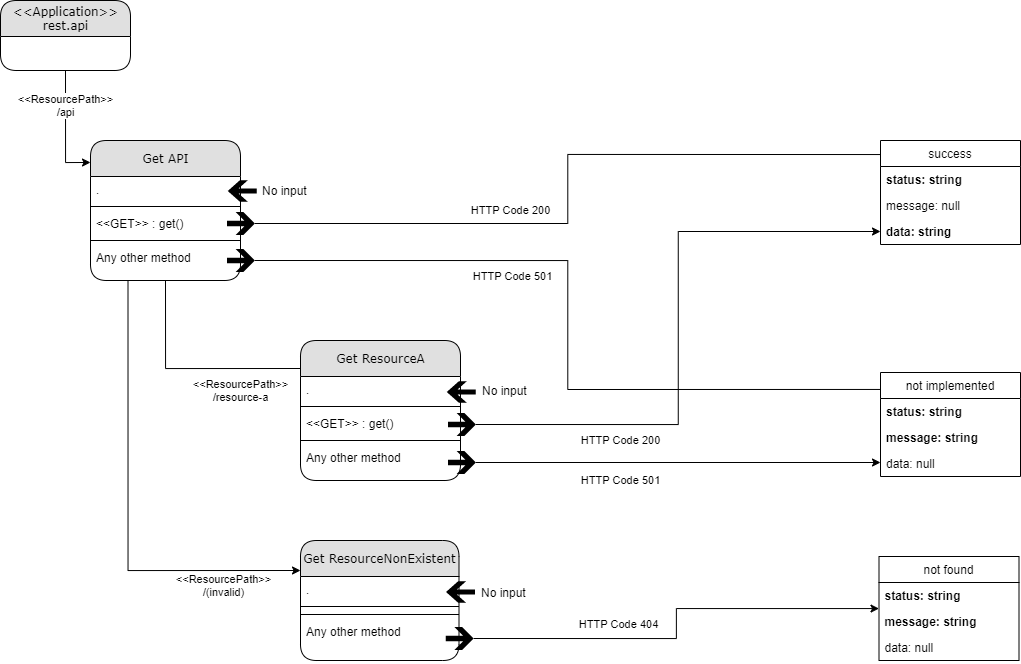
The draw.io diagram rest-api/documents/restapi-logic-diagram.png in MariMendM/cpp-sandbox, before a commit. Source tidied: cells renumbered, new cells last; positions are measured from the earlier drawing's top-left corner, leaving out a move shared by most shapes.
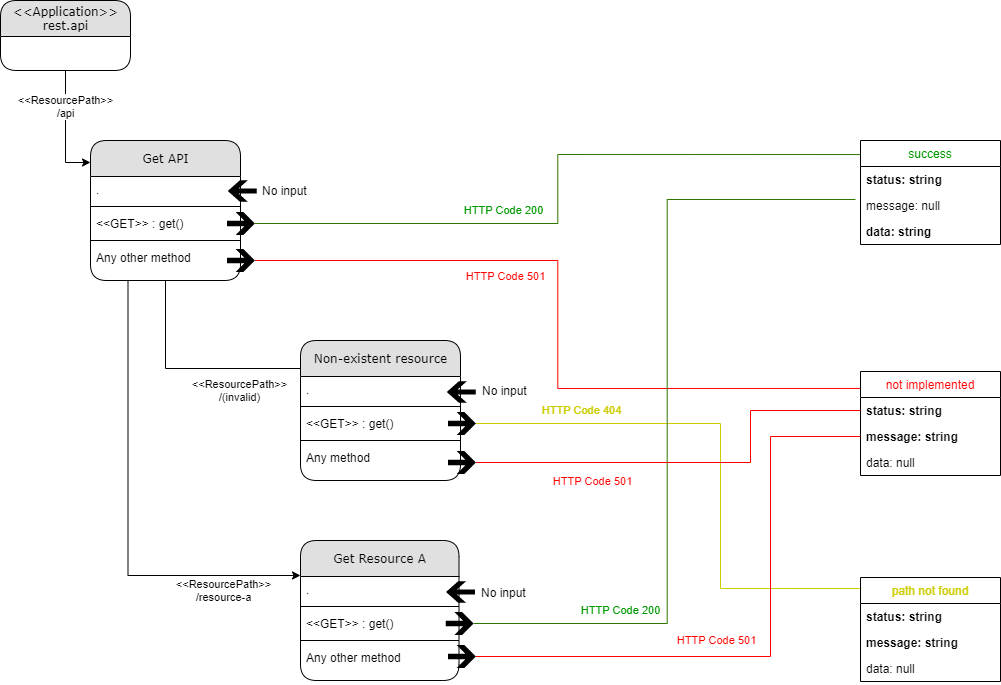
Above is the later version.

Commit message:
Fix of rest logic diagram (also added color)

The edit, as a diff of the source:
```diff
@@ -8,11 +8,11 @@
     <mxCell id="3" value="&amp;lt;&amp;lt;Application&amp;gt;&amp;gt;&lt;br&gt;rest.api" style="swimlane;html=1;fontStyle=0;horizontal=1;startSize=36;fillColor=#e0e0e0;swimlaneFillColor=#ffffff;align=center;rounded=1;shadow=0;comic=0;labelBackgroundColor=none;strokeWidth=1;fontFamily=Verdana;fontSize=12;" parent="1" vertex="1">
       <mxGeometry width="130" height="70" as="geometry" />
     </mxCell>
-    <mxCell id="4" value="HTTP Code 200" style="edgeStyle=orthogonalEdgeStyle;rounded=0;jettySize=auto;html=1;exitX=0.5;exitY=1;exitDx=0;exitDy=0;exitPerimeter=0;startArrow=none;endArrow=none;endFill=0;startFill=0;entryX=0;entryY=0.135;entryDx=0;entryDy=0;entryPerimeter=0;" parent="1" edge="1" source="37" target="5">
+    <mxCell id="4" value="HTTP Code 200" style="edgeStyle=orthogonalEdgeStyle;rounded=0;jettySize=auto;html=1;exitX=0.5;exitY=1;exitDx=0;exitDy=0;exitPerimeter=0;startArrow=none;endArrow=none;endFill=0;startFill=0;entryX=0;entryY=0.135;entryDx=0;entryDy=0;entryPerimeter=0;fillColor=#60a917;strokeColor=#2D7600;fontColor=#009900;" parent="1" edge="1" source="37" target="5">
       <mxGeometry x="-0.26" y="13" relative="1" as="geometry" />
     </mxCell>
-    <mxCell id="5" value="success" style="swimlane;fontStyle=0;horizontal=1;startSize=26;fillColor=none;" parent="1" vertex="1">
-      <mxGeometry x="880" y="140" width="140" height="104" as="geometry" />
+    <mxCell id="5" value="success" style="swimlane;fontStyle=0;horizontal=1;startSize=26;fillColor=none;fontColor=#009900;" parent="1" vertex="1">
+      <mxGeometry x="860" y="140" width="140" height="104" as="geometry" />
     </mxCell>
     <mxCell id="6" value="status: string" style="text;strokeColor=none;fillColor=none;align=left;verticalAlign=top;spacingLeft=4;spacingRight=4;overflow=hidden;fontStyle=1;" parent="5" vertex="1">
       <mxGeometry y="26" width="140" height="26" as="geometry" />
@@ -23,12 +23,12 @@
     <mxCell id="8" value="data: string" style="text;strokeColor=none;fillColor=none;align=left;verticalAlign=top;spacingLeft=4;spacingRight=4;overflow=hidden;points=[[0,0.5],[1,0.5]];portConstraint=eastwest;fontStyle=1;" parent="5" vertex="1">
       <mxGeometry y="78" width="140" height="26" as="geometry" />
     </mxCell>
-    <mxCell id="9" value="&amp;lt;&amp;lt;ResourcePath&amp;gt;&amp;gt;&lt;br&gt;/resource-a" style="edgeStyle=orthogonalEdgeStyle;rounded=0;jettySize=auto;html=1;exitX=0.5;exitY=1;exitDx=0;exitDy=0;entryX=0;entryY=0.2;entryDx=0;entryDy=0;startArrow=none;startFill=0;endArrow=none;endFill=0;entryPerimeter=0;" parent="1" edge="1" source="11" target="22">
+    <mxCell id="9" value="&amp;lt;&amp;lt;ResourcePath&amp;gt;&amp;gt;&lt;br&gt;/(invalid)" style="edgeStyle=orthogonalEdgeStyle;rounded=0;jettySize=auto;html=1;exitX=0.5;exitY=1;exitDx=0;exitDy=0;entryX=0;entryY=0.2;entryDx=0;entryDy=0;startArrow=none;startFill=0;endArrow=none;endFill=0;entryPerimeter=0;" parent="1" edge="1" source="11" target="22">
       <mxGeometry x="0.46" y="-22" relative="1" as="geometry">
         <mxPoint x="-1" as="offset" />
       </mxGeometry>
     </mxCell>
-    <mxCell id="10" value="&amp;lt;&amp;lt;ResourcePath&amp;gt;&amp;gt;&lt;br&gt;/(invalid)" style="edgeStyle=orthogonalEdgeStyle;rounded=0;jettySize=auto;html=1;entryX=0;entryY=0.25;entryDx=0;entryDy=0;exitX=0.25;exitY=1;exitDx=0;exitDy=0;" parent="1" edge="1" source="11" target="28">
+    <mxCell id="10" value="&amp;lt;&amp;lt;ResourcePath&amp;gt;&amp;gt;&lt;br&gt;/resource-a" style="edgeStyle=orthogonalEdgeStyle;rounded=0;jettySize=auto;html=1;entryX=0;entryY=0.25;entryDx=0;entryDy=0;exitX=0.25;exitY=1;exitDx=0;exitDy=0;" parent="1" edge="1" source="11" target="28">
       <mxGeometry x="0.67" y="-15" relative="1" as="geometry" />
     </mxCell>
     <mxCell id="11" value="Get API" style="swimlane;html=1;fontStyle=0;horizontal=1;startSize=36;fillColor=#e0e0e0;swimlaneFillColor=#ffffff;align=center;rounded=1;shadow=0;comic=0;labelBackgroundColor=none;strokeWidth=1;fontFamily=Verdana;fontSize=12;" parent="1" vertex="1">
@@ -49,11 +49,11 @@
     <mxCell id="16" value="Any other method" style="text;strokeColor=none;fillColor=none;align=left;verticalAlign=top;spacingLeft=4;spacingRight=4;overflow=hidden;" parent="11" vertex="1">
       <mxGeometry y="104" width="150" height="26" as="geometry" />
     </mxCell>
-    <mxCell id="17" value="HTTP Code 501" style="edgeStyle=orthogonalEdgeStyle;rounded=0;jettySize=auto;html=1;exitX=0.5;exitY=1;exitDx=0;exitDy=0;exitPerimeter=0;startArrow=none;startFill=0;endArrow=none;endFill=0;entryX=0;entryY=0.163;entryDx=0;entryDy=0;entryPerimeter=0;" parent="1" edge="1" source="38" target="18">
+    <mxCell id="17" value="HTTP Code 501" style="edgeStyle=orthogonalEdgeStyle;rounded=0;jettySize=auto;html=1;exitX=0.5;exitY=1;exitDx=0;exitDy=0;exitPerimeter=0;startArrow=none;startFill=0;endArrow=none;endFill=0;entryX=0;entryY=0.163;entryDx=0;entryDy=0;entryPerimeter=0;fillColor=#e51400;fontColor=#FF0000;strokeColor=#FF0000;" parent="1" edge="1" source="38" target="18">
       <mxGeometry x="-0.32" y="-16" relative="1" as="geometry" />
     </mxCell>
-    <mxCell id="18" value="not implemented" style="swimlane;fontStyle=0;horizontal=1;startSize=26;fillColor=none;" parent="1" vertex="1">
-      <mxGeometry x="880" y="372" width="140" height="104" as="geometry" />
+    <mxCell id="18" value="not implemented" style="swimlane;fontStyle=0;horizontal=1;startSize=26;fillColor=none;fontColor=#FF0000;" parent="1" vertex="1">
+      <mxGeometry x="860" y="371" width="140" height="104" as="geometry" />
     </mxCell>
     <mxCell id="19" value="status: string" style="text;strokeColor=none;fillColor=none;align=left;verticalAlign=top;spacingLeft=4;spacingRight=4;overflow=hidden;points=[[0,0.5],[1,0.5]];portConstraint=eastwest;fontStyle=1;" parent="18" vertex="1">
       <mxGeometry y="26" width="140" height="26" as="geometry" />
@@ -64,7 +64,7 @@
     <mxCell id="21" value="data: null" style="text;strokeColor=none;fillColor=none;align=left;verticalAlign=top;spacingLeft=4;spacingRight=4;overflow=hidden;" parent="18" vertex="1">
       <mxGeometry y="78" width="140" height="26" as="geometry" />
     </mxCell>
-    <mxCell id="22" value="Get ResourceA" style="swimlane;html=1;fontStyle=0;horizontal=1;startSize=36;fillColor=#e0e0e0;swimlaneFillColor=#ffffff;align=center;rounded=1;shadow=0;comic=0;labelBackgroundColor=none;strokeWidth=1;fontFamily=Verdana;fontSize=12;" parent="1" vertex="1">
+    <mxCell id="22" value="Non-existent resource" style="swimlane;html=1;fontStyle=0;horizontal=1;startSize=36;fillColor=#e0e0e0;swimlaneFillColor=#ffffff;align=center;rounded=1;shadow=0;comic=0;labelBackgroundColor=none;strokeWidth=1;fontFamily=Verdana;fontSize=12;" parent="1" vertex="1">
       <mxGeometry x="300" y="340" width="160" height="140" as="geometry" />
     </mxCell>
     <mxCell id="23" value="." style="text;strokeColor=none;fillColor=none;align=left;verticalAlign=top;spacingLeft=4;spacingRight=4;overflow=hidden;" parent="22" vertex="1">
@@ -79,11 +79,11 @@
     <mxCell id="26" style="line;strokeWidth=1;fillColor=none;align=left;verticalAlign=middle;spacingTop=-1;spacingLeft=3;spacingRight=3;labelPosition=right;" parent="22" vertex="1">
       <mxGeometry y="96" width="160" height="8" as="geometry" />
     </mxCell>
-    <mxCell id="27" value="Any other method" style="text;strokeColor=none;fillColor=none;align=left;verticalAlign=top;spacingLeft=4;spacingRight=4;overflow=hidden;" parent="22" vertex="1">
+    <mxCell id="27" value="Any method" style="text;strokeColor=none;fillColor=none;align=left;verticalAlign=top;spacingLeft=4;spacingRight=4;overflow=hidden;" parent="22" vertex="1">
       <mxGeometry y="104" width="160" height="26" as="geometry" />
     </mxCell>
-    <mxCell id="28" value="Get ResourceNonExistent" style="swimlane;html=1;fontStyle=0;horizontal=1;startSize=36;fillColor=#e0e0e0;swimlaneFillColor=#ffffff;align=center;rounded=1;shadow=0;comic=0;labelBackgroundColor=none;strokeWidth=1;fontFamily=Verdana;fontSize=12;" parent="1" vertex="1">
-      <mxGeometry x="300" y="540" width="158.5" height="120" as="geometry" />
+    <mxCell id="28" value="Get Resource A" style="swimlane;html=1;fontStyle=0;horizontal=1;startSize=36;fillColor=#e0e0e0;swimlaneFillColor=#ffffff;align=center;rounded=1;shadow=0;comic=0;labelBackgroundColor=none;strokeWidth=1;fontFamily=Verdana;fontSize=12;" parent="1" vertex="1">
+      <mxGeometry x="300" y="540" width="158.5" height="140" as="geometry" />
     </mxCell>
     <mxCell id="29" value="." style="text;strokeColor=none;fillColor=none;align=left;verticalAlign=top;spacingLeft=4;spacingRight=4;overflow=hidden;" parent="28" vertex="1">
       <mxGeometry y="36" width="158.5" height="26" as="geometry" />
@@ -91,20 +91,31 @@
     <mxCell id="30" style="line;strokeWidth=1;fillColor=none;align=left;verticalAlign=middle;spacingTop=-1;spacingLeft=3;spacingRight=3;labelPosition=right;" parent="28" vertex="1">
       <mxGeometry y="62" width="158.5" height="8" as="geometry" />
     </mxCell>
+    <mxCell id="51" value="&lt;&lt;GET&gt;&gt; : get()" style="text;strokeColor=none;fillColor=none;align=left;verticalAlign=top;spacingLeft=4;spacingRight=4;overflow=hidden;" parent="28" vertex="1">
+      <mxGeometry y="70" width="158.5" height="26" as="geometry" />
+    </mxCell>
     <mxCell id="31" style="line;strokeWidth=1;fillColor=none;align=left;verticalAlign=middle;spacingTop=-1;spacingLeft=3;spacingRight=3;labelPosition=right;" parent="28" vertex="1">
-      <mxGeometry y="70" width="158.5" height="8" as="geometry" />
+      <mxGeometry y="96" width="158.5" height="8" as="geometry" />
     </mxCell>
     <mxCell id="32" value="Any other method" style="text;strokeColor=none;fillColor=none;align=left;verticalAlign=top;spacingLeft=4;spacingRight=4;overflow=hidden;" parent="28" vertex="1">
-      <mxGeometry y="78" width="158.5" height="26" as="geometry" />
+      <mxGeometry y="104" width="158.5" height="26" as="geometry" />
     </mxCell>
     <mxCell id="33" style="shape=mxgraph.signs.travel.arrow_north;html=1;fillColor=#000000;strokeColor=none;verticalLabelPosition=bottom;verticalAlign=top;align=center;rotation=-90;" parent="1" vertex="1">
       <mxGeometry x="449.2" y="577" width="21.5" height="29" as="geometry" />
     </mxCell>
-    <mxCell id="34" value="HTTP Code 404" style="edgeStyle=orthogonalEdgeStyle;rounded=0;jettySize=auto;html=1;exitX=0.5;exitY=1;exitDx=0;exitDy=0;exitPerimeter=0;" parent="1" edge="1" source="35" target="44">
-      <mxGeometry x="-0.34" y="14" relative="1" as="geometry" />
+    <mxCell id="34" value="HTTP Code 404" style="edgeStyle=orthogonalEdgeStyle;rounded=0;jettySize=auto;html=1;exitX=0.5;exitY=1;exitDx=0;exitDy=0;exitPerimeter=0;entryX=0.007;entryY=0.106;entryDx=0;entryDy=0;fillColor=#ffe6cc;fontColor=#CCCC00;strokeColor=#CCCC00;entryPerimeter=0;endArrow=none;endFill=0;" parent="1" edge="1" source="55" target="44">
+      <mxGeometry x="-0.62" y="13" relative="1" as="geometry">
+        <Array as="points">
+          <mxPoint x="720" y="423" />
+          <mxPoint x="720" y="588" />
+        </Array>
+      </mxGeometry>
     </mxCell>
+    <mxCell id="42" value="HTTP Code 200" style="edgeStyle=orthogonalEdgeStyle;rounded=0;jettySize=auto;html=1;exitX=0.5;exitY=1;exitDx=0;exitDy=0;exitPerimeter=0;entryX=-0.036;entryY=0.269;entryDx=0;entryDy=0;entryPerimeter=0;fillColor=#60a917;strokeColor=#2D7600;fontColor=#009900;endArrow=none;endFill=0;" parent="1" edge="1" source="35" target="7">
+      <mxGeometry x="-0.64" y="13" relative="1" as="geometry" />
+    </mxCell>
     <mxCell id="35" style="shape=mxgraph.signs.travel.arrow_south;html=1;fillColor=#000000;strokeColor=none;verticalLabelPosition=bottom;verticalAlign=top;align=center;rotation=-90;" parent="1" vertex="1">
-      <mxGeometry x="447.8" y="624" width="23" height="28" as="geometry" />
+      <mxGeometry x="447.8" y="609" width="23" height="28" as="geometry" />
     </mxCell>
     <mxCell id="36" style="shape=mxgraph.signs.travel.arrow_north;html=1;fillColor=#000000;strokeColor=none;verticalLabelPosition=bottom;verticalAlign=top;align=center;rotation=-90;" parent="1" vertex="1">
       <mxGeometry x="450" y="377" width="21.5" height="29" as="geometry" />
@@ -118,22 +129,18 @@
     <mxCell id="39" style="shape=mxgraph.signs.travel.arrow_north;html=1;fillColor=#000000;strokeColor=none;verticalLabelPosition=bottom;verticalAlign=top;align=center;rotation=-90;horizontal=1;" parent="1" vertex="1">
       <mxGeometry x="231" y="176" width="21.5" height="29" as="geometry" />
     </mxCell>
-    <mxCell id="40" value="HTTP Code 501" style="edgeStyle=orthogonalEdgeStyle;rounded=0;jettySize=auto;html=1;exitX=0.5;exitY=1;exitDx=0;exitDy=0;exitPerimeter=0;" parent="1" edge="1" source="41">
-      <mxGeometry x="-0.29" y="-18" relative="1" as="geometry">
-        <mxPoint x="880" y="462" as="targetPoint" />
-      </mxGeometry>
-    </mxCell>
+    <mxCell id="52" value="HTTP Code 501" style="edgeStyle=elbowEdgeStyle;rounded=0;jettySize=auto;html=1;exitX=0.5;exitY=1;exitDx=0;exitDy=0;exitPerimeter=0;entryX=0;entryY=0.5;entryDx=0;entryDy=0;endArrow=none;endFill=0;fontColor=#FF0000;strokeColor=#FF0000;" parent="1" edge="1" source="41" target="19">
+      <mxGeometry x="-0.47" y="-19" relative="1" as="geometry">
+        <Array as="points">
+          <mxPoint x="750" y="440" />
+        </Array>
+      </mxGeometry>
+    </mxCell>
     <mxCell id="41" style="shape=mxgraph.signs.travel.arrow_south;html=1;fillColor=#000000;strokeColor=none;verticalLabelPosition=bottom;verticalAlign=top;align=center;rotation=-90;" parent="1" vertex="1">
       <mxGeometry x="450" y="448" width="23" height="28" as="geometry" />
     </mxCell>
-    <mxCell id="42" value="HTTP Code 200" style="edgeStyle=orthogonalEdgeStyle;rounded=0;jettySize=auto;html=1;exitX=0.5;exitY=1;exitDx=0;exitDy=0;exitPerimeter=0;entryX=0;entryY=0.5;entryDx=0;entryDy=0;" parent="1" edge="1" source="43" target="8">
-      <mxGeometry x="-0.52" y="-16" relative="1" as="geometry" />
-    </mxCell>
-    <mxCell id="43" style="shape=mxgraph.signs.travel.arrow_south;html=1;fillColor=#000000;strokeColor=none;verticalLabelPosition=bottom;verticalAlign=top;align=center;rotation=-90;" parent="1" vertex="1">
-      <mxGeometry x="450" y="410" width="23" height="28" as="geometry" />
-    </mxCell>
-    <mxCell id="44" value="not found" style="swimlane;fontStyle=0;horizontal=1;startSize=26;fillColor=none;" parent="1" vertex="1">
-      <mxGeometry x="878.5" y="556" width="140" height="104" as="geometry" />
+    <mxCell id="44" value="path not found" style="swimlane;fontStyle=0;horizontal=1;startSize=26;fillColor=none;fontColor=#CCCC00;" parent="1" vertex="1">
+      <mxGeometry x="860" y="577" width="140" height="104" as="geometry" />
     </mxCell>
     <mxCell id="45" value="status: string" style="text;strokeColor=none;fillColor=none;align=left;verticalAlign=top;spacingLeft=4;spacingRight=4;overflow=hidden;fontStyle=1;" parent="44" vertex="1">
       <mxGeometry y="26" width="140" height="26" as="geometry" />
@@ -153,5 +160,18 @@
     <mxCell id="50" value="No input" style="text;html=1;strokeColor=none;fillColor=none;align=left;verticalAlign=middle;whiteSpace=wrap;rounded=0;" parent="1" vertex="1">
       <mxGeometry x="478.5" y="582" width="60" height="20" as="geometry" />
     </mxCell>
+    <mxCell id="53" value="HTTP Code 501" style="edgeStyle=elbowEdgeStyle;rounded=0;jettySize=auto;html=1;exitX=0.5;exitY=1;exitDx=0;exitDy=0;exitPerimeter=0;entryX=0;entryY=0.5;entryDx=0;entryDy=0;fillColor=#e51400;fontColor=#FF0000;strokeColor=#FF0000;endArrow=none;endFill=0;" parent="1" edge="1" source="54" target="20">
+      <mxGeometry x="-0.21" y="16" relative="1" as="geometry">
+        <Array as="points">
+          <mxPoint x="770" y="540" />
+        </Array>
+      </mxGeometry>
+    </mxCell>
+    <mxCell id="54" style="shape=mxgraph.signs.travel.arrow_south;html=1;fillColor=#000000;strokeColor=none;verticalLabelPosition=bottom;verticalAlign=top;align=center;rotation=-90;" parent="1" vertex="1">
+      <mxGeometry x="450" y="642" width="23" height="28" as="geometry" />
+    </mxCell>
+    <mxCell id="55" style="shape=mxgraph.signs.travel.arrow_south;html=1;fillColor=#000000;strokeColor=none;verticalLabelPosition=bottom;verticalAlign=top;align=center;rotation=-90;" parent="1" vertex="1">
+      <mxGeometry x="450" y="409" width="23" height="28" as="geometry" />
+    </mxCell>
   </root>
 </mxGraphModel>
```
